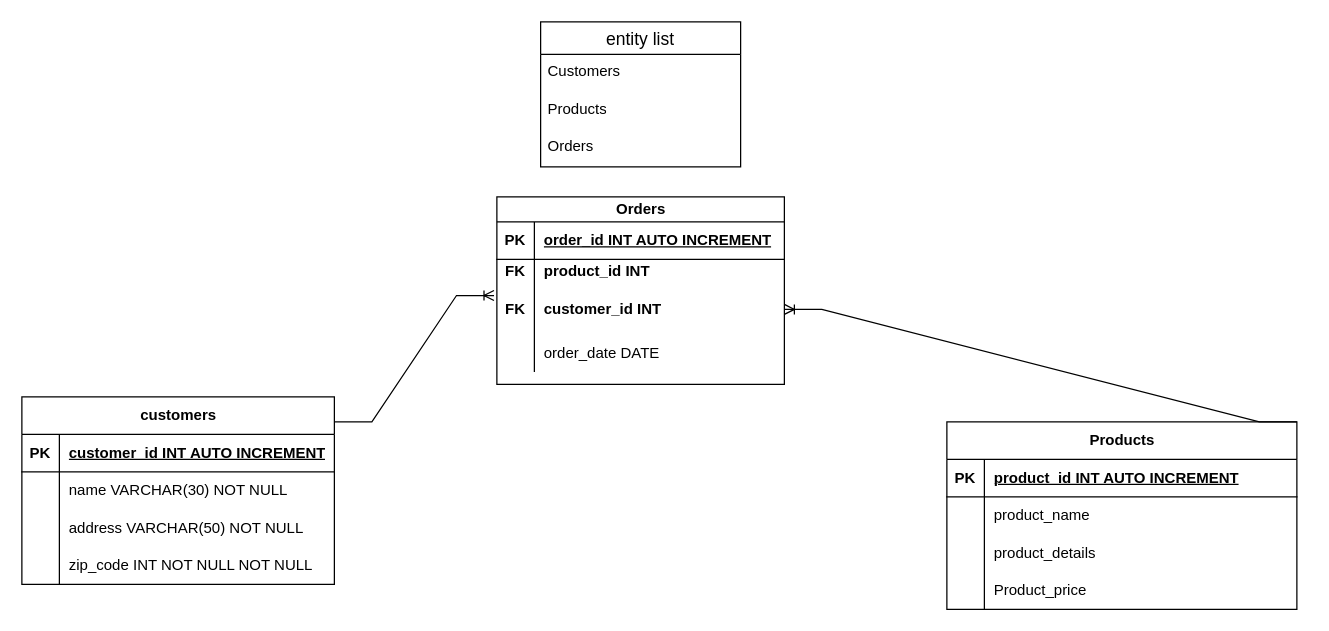
Above: Database Management/week3/module12/retail_system.drawio in zishan344/sdt_phi (draw.io), before the change. Source tidied: cells renumbered, new cells numbered last; positions are measured from the earlier drawing's top-left corner, leaving out a move shared by most shapes. Both pictures are drawn from the tidied source at 125%, with x=0, y=0 at pixel (21, 21).
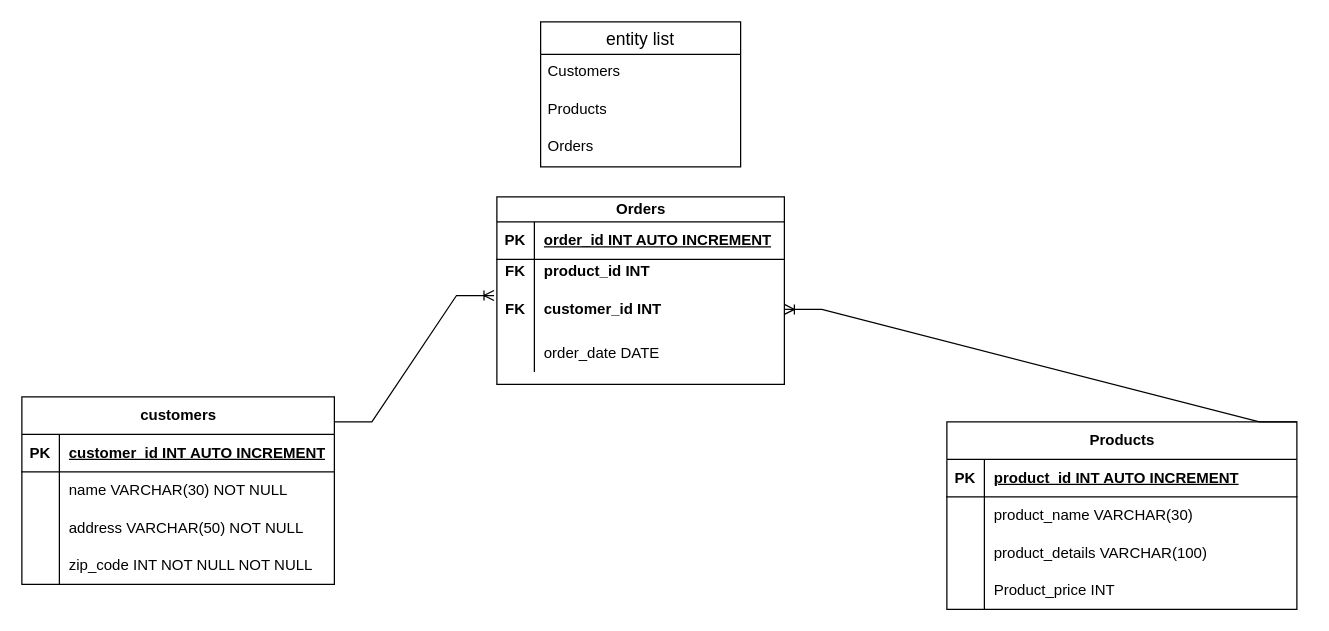
Above is the later version.

Unchanged cells that the change refers to:
```xml
<mxCell id="23" style="shape=tableRow;horizontal=0;startSize=0;swimlaneHead=0;swimlaneBody=0;fillColor=none;top=0;left=0;right=0;bottom=0;" parent="19" vertex="1">
  <mxGeometry y="60" width="280" height="30" as="geometry" />
</mxCell>
<mxCell id="26" style="shape=tableRow;horizontal=0;startSize=0;swimlaneHead=0;swimlaneBody=0;fillColor=none;top=0;left=0;right=0;bottom=0;" parent="19" vertex="1">
  <mxGeometry y="90" width="280" height="30" as="geometry" />
</mxCell>
<mxCell id="29" style="shape=tableRow;horizontal=0;startSize=0;swimlaneHead=0;swimlaneBody=0;fillColor=none;top=0;left=0;right=0;bottom=0;" parent="19" vertex="1">
  <mxGeometry y="120" width="280" height="30" as="geometry" />
</mxCell>
```

What changed in the source:
```diff
@@
-    <mxCell id="25" value="product_name" style="shape=partialRectangle;fillColor=none;top=0;left=0;bottom=0;right=0;align=left;spacingLeft=6;overflow=hidden;whiteSpace=wrap;html=1;" parent="23" vertex="1">
+    <mxCell id="25" value="product_name VARCHAR(30)" style="shape=partialRectangle;fillColor=none;top=0;left=0;bottom=0;right=0;align=left;spacingLeft=6;overflow=hidden;whiteSpace=wrap;html=1;" parent="23" vertex="1">
       <mxGeometry x="30" width="250" height="30" as="geometry" />
     </mxCell>
@@
-    <mxCell id="28" value="product_details" style="shape=partialRectangle;fillColor=none;top=0;left=0;bottom=0;right=0;align=left;spacingLeft=6;overflow=hidden;whiteSpace=wrap;html=1;" parent="26" vertex="1">
+    <mxCell id="28" value="product_details VARCHAR(100)" style="shape=partialRectangle;fillColor=none;top=0;left=0;bottom=0;right=0;align=left;spacingLeft=6;overflow=hidden;whiteSpace=wrap;html=1;" parent="26" vertex="1">
       <mxGeometry x="30" width="250" height="30" as="geometry" />
     </mxCell>
@@
-    <mxCell id="31" value="Product_price" style="shape=partialRectangle;fillColor=none;top=0;left=0;bottom=0;right=0;align=left;spacingLeft=6;overflow=hidden;whiteSpace=wrap;html=1;" parent="29" vertex="1">
+    <mxCell id="31" value="Product_price INT" style="shape=partialRectangle;fillColor=none;top=0;left=0;bottom=0;right=0;align=left;spacingLeft=6;overflow=hidden;whiteSpace=wrap;html=1;" parent="29" vertex="1">
       <mxGeometry x="30" width="250" height="30" as="geometry" />
     </mxCell>
```
